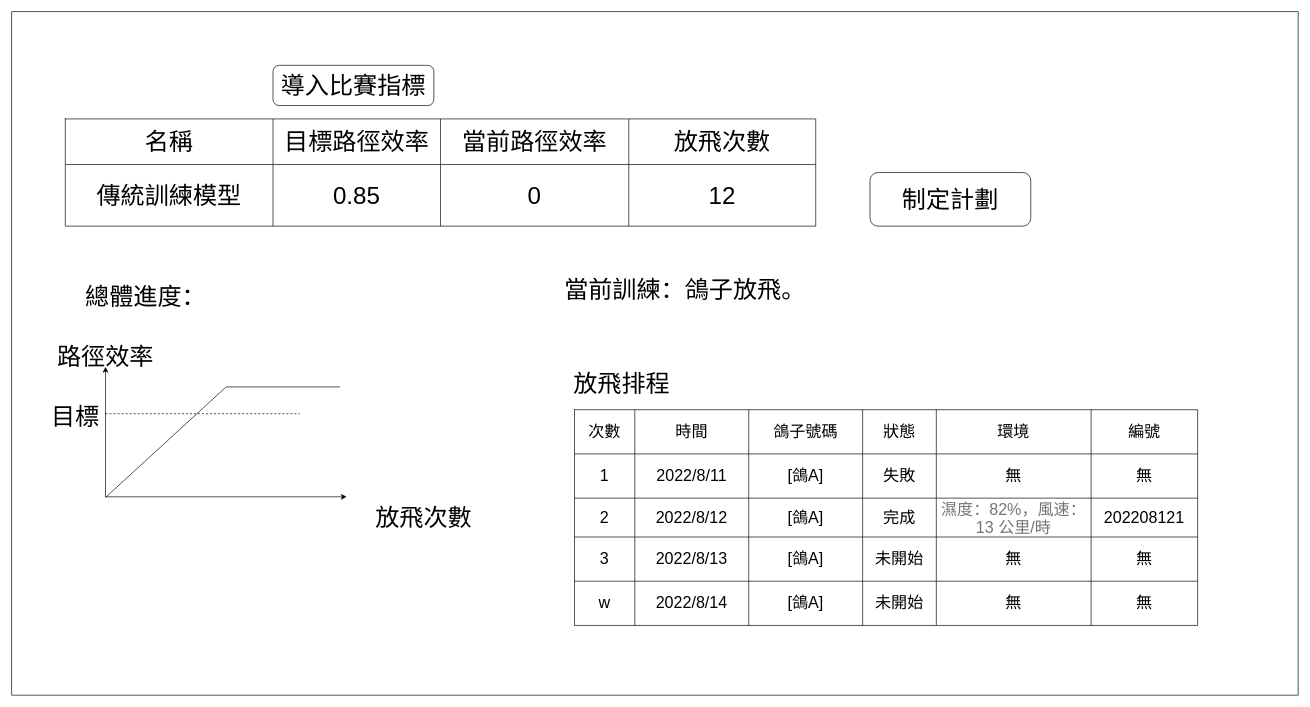
pengzhen80/PigeonRace keeps this draw.io diagram as page "傳統訓練模型" (2 of 10) of 訓練系統UI設計.drawio. Above is the earlier version. Source tidied: cells renumbered, new cells numbered last; positions are measured from the earlier drawing's top-left corner, leaving out a move shared by most shapes. Both pictures are drawn from the tidied source at 67%, with x=0, y=0 at pixel (11, 11).
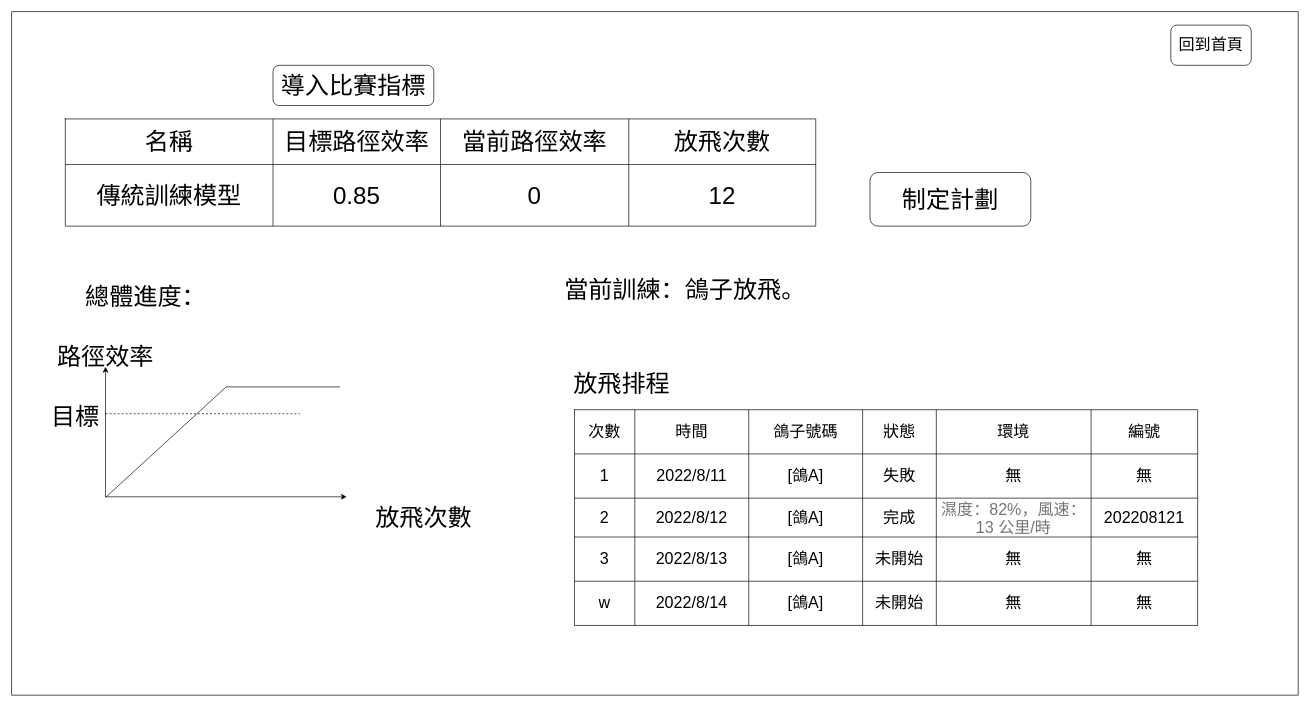
After the change.

What changed in the source:
```diff
@@
+    <mxCell id="63" value="回到首頁" style="rounded=1;whiteSpace=wrap;html=1;fontSize=24;" parent="1" vertex="1">
+      <mxGeometry x="1730" y="20" width="120" height="60" as="geometry" />
+    </mxCell>
```
